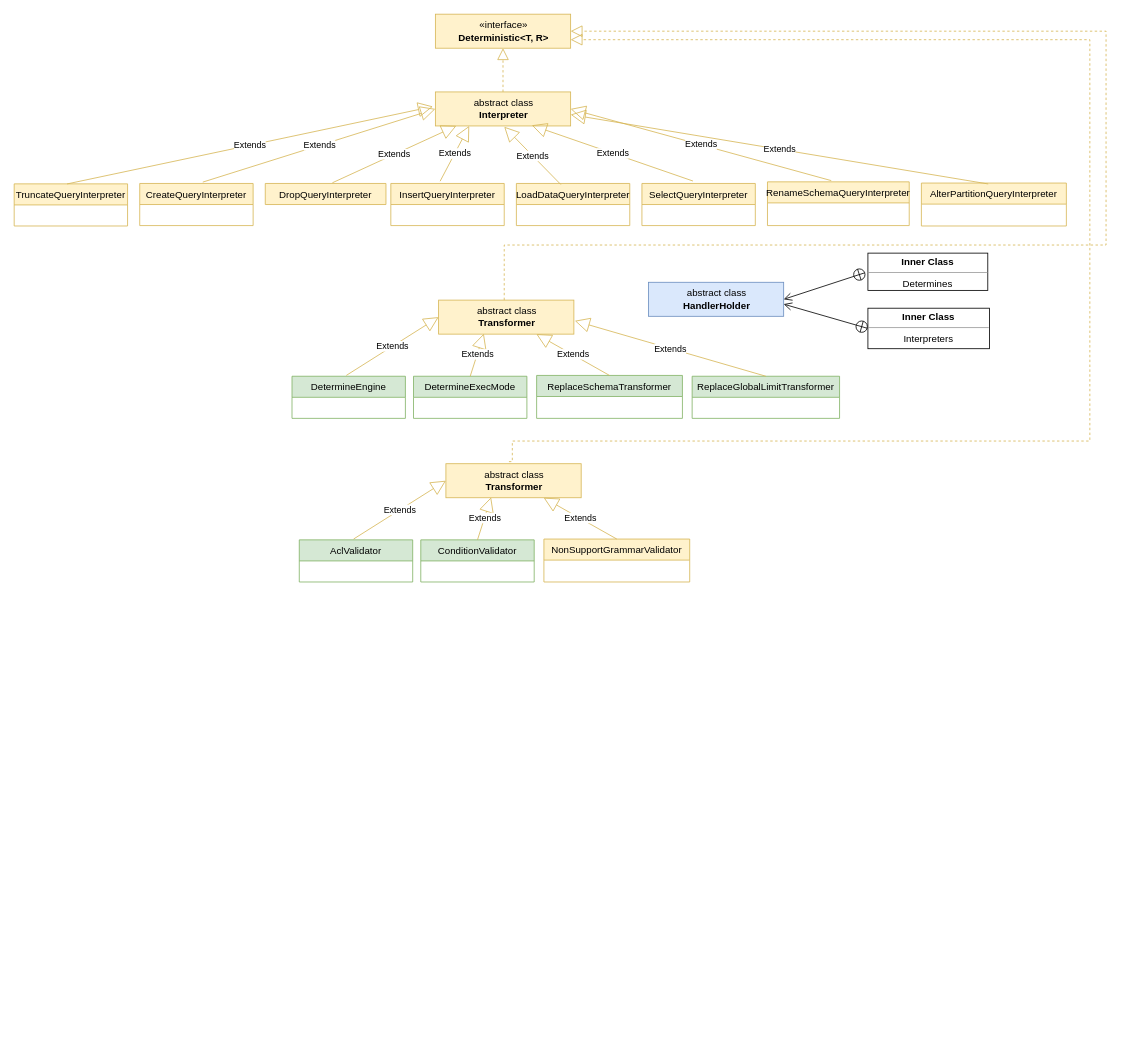
This is page "第 4 页" (4 of 4) of src/main/leetcode_manuscripts/draw_io/project_1.drawio from wat1r/geek-algorithm-leetcode, a draw.io file, before an edit. Source tidied: cells renumbered, new cells numbered last; positions are measured from the earlier drawing's top-left corner, leaving out a move shared by most shapes. Both pictures are drawn from the tidied source at 81%, with x=0, y=0 at pixel (14, 14).
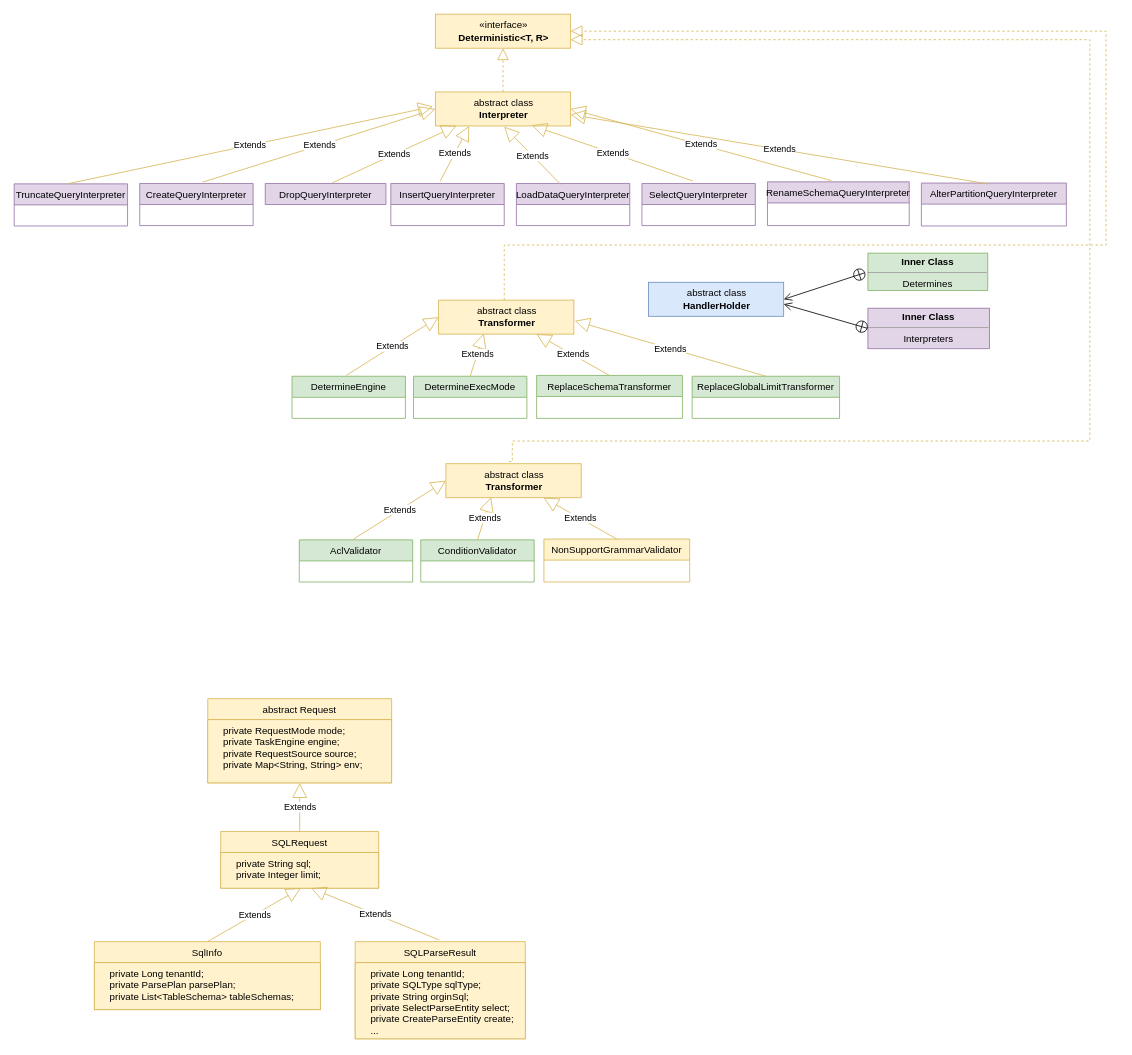
The same diagram, later.

Diff of the diagram source:
```diff
@@
-    <mxCell id="5" value="CreateQueryInterpreter" style="swimlane;fontStyle=0;horizontal=1;startSize=26;fillColor=#fff2cc;strokeColor=#d6b656;" parent="1" vertex="1">
+    <mxCell id="5" value="CreateQueryInterpreter" style="swimlane;fontStyle=0;horizontal=1;startSize=26;fillColor=#e1d5e7;strokeColor=#9673a6;" parent="1" vertex="1">
       <mxGeometry x="155" y="209" width="140" height="52" as="geometry" />
     </mxCell>
@@
-    <mxCell id="7" value="DropQueryInterpreter" style="swimlane;fontStyle=0;horizontal=1;startSize=26;fillColor=#fff2cc;strokeColor=#d6b656;" parent="1" vertex="1" collapsed="1">
+    <mxCell id="7" value="DropQueryInterpreter" style="swimlane;fontStyle=0;horizontal=1;startSize=26;fillColor=#e1d5e7;strokeColor=#9673a6;" parent="1" vertex="1" collapsed="1">
       <mxGeometry x="310" y="209" width="149" height="26" as="geometry" />
     </mxCell>
@@
-    <mxCell id="9" value="InsertQueryInterpreter" style="swimlane;fontStyle=0;horizontal=1;startSize=26;fillColor=#fff2cc;strokeColor=#d6b656;" parent="1" vertex="1">
+    <mxCell id="9" value="InsertQueryInterpreter" style="swimlane;fontStyle=0;horizontal=1;startSize=26;fillColor=#e1d5e7;strokeColor=#9673a6;" parent="1" vertex="1">
       <mxGeometry x="465" y="209" width="140" height="52" as="geometry" />
     </mxCell>
-    <mxCell id="10" value="LoadDataQueryInterpreter" style="swimlane;fontStyle=0;horizontal=1;startSize=26;fillColor=#fff2cc;strokeColor=#d6b656;" parent="1" vertex="1">
+    <mxCell id="10" value="LoadDataQueryInterpreter" style="swimlane;fontStyle=0;horizontal=1;startSize=26;fillColor=#e1d5e7;strokeColor=#9673a6;" parent="1" vertex="1">
       <mxGeometry x="620" y="209" width="140" height="52" as="geometry" />
     </mxCell>
-    <mxCell id="11" value="SelectQueryInterpreter" style="swimlane;fontStyle=0;horizontal=1;startSize=26;fillColor=#fff2cc;strokeColor=#d6b656;" parent="1" vertex="1">
+    <mxCell id="11" value="SelectQueryInterpreter" style="swimlane;fontStyle=0;horizontal=1;startSize=26;fillColor=#e1d5e7;strokeColor=#9673a6;" parent="1" vertex="1">
       <mxGeometry x="775" y="209" width="140" height="52" as="geometry" />
     </mxCell>
-    <mxCell id="12" value="RenameSchemaQueryInterpreter" style="swimlane;fontStyle=0;horizontal=1;startSize=26;fillColor=#fff2cc;strokeColor=#d6b656;" parent="1" vertex="1">
+    <mxCell id="12" value="RenameSchemaQueryInterpreter" style="swimlane;fontStyle=0;horizontal=1;startSize=26;fillColor=#e1d5e7;strokeColor=#9673a6;" parent="1" vertex="1">
       <mxGeometry x="930" y="207" width="175" height="54" as="geometry" />
     </mxCell>
-    <mxCell id="13" value="AlterPartitionQueryInterpreter" style="swimlane;fontStyle=0;horizontal=1;startSize=26;fillColor=#fff2cc;strokeColor=#d6b656;" parent="1" vertex="1">
+    <mxCell id="13" value="AlterPartitionQueryInterpreter" style="swimlane;fontStyle=0;horizontal=1;startSize=26;fillColor=#e1d5e7;strokeColor=#9673a6;" parent="1" vertex="1">
       <mxGeometry x="1120" y="208.5" width="179" height="53" as="geometry" />
     </mxCell>
-    <mxCell id="14" value="TruncateQueryInterpreter" style="swimlane;fontStyle=0;horizontal=1;startSize=26;fillColor=#fff2cc;strokeColor=#d6b656;" parent="1" vertex="1">
+    <mxCell id="14" value="TruncateQueryInterpreter" style="swimlane;fontStyle=0;horizontal=1;startSize=26;fillColor=#e1d5e7;strokeColor=#9673a6;" parent="1" vertex="1">
       <mxGeometry y="209.5" width="140" height="52" as="geometry" />
     </mxCell>
@@
-    <mxCell id="41" value="&lt;p style=&quot;margin: 4px 0px 0px;&quot;&gt;&lt;b&gt;Inner Class&lt;/b&gt;&lt;/p&gt;&lt;hr size=&quot;1&quot;&gt;&lt;div style=&quot;height:2px;&quot;&gt;Determines&lt;/div&gt;" style="verticalAlign=top;align=center;overflow=fill;fontSize=12;fontFamily=Helvetica;html=1;" parent="1" vertex="1">
+    <mxCell id="41" value="&lt;p style=&quot;margin: 4px 0px 0px;&quot;&gt;&lt;b&gt;Inner Class&lt;/b&gt;&lt;/p&gt;&lt;hr size=&quot;1&quot;&gt;&lt;div style=&quot;height:2px;&quot;&gt;Determines&lt;/div&gt;" style="verticalAlign=top;align=center;overflow=fill;fontSize=12;fontFamily=Helvetica;html=1;fillColor=#d5e8d4;strokeColor=#82b366;" parent="1" vertex="1">
       <mxGeometry x="1054" y="295" width="148" height="46" as="geometry" />
     </mxCell>
-    <mxCell id="42" value="&lt;p style=&quot;margin: 4px 0px 0px;&quot;&gt;&lt;b&gt;Inner Class&lt;/b&gt;&lt;/p&gt;&lt;hr size=&quot;1&quot;&gt;&lt;div style=&quot;height:2px;&quot;&gt;Interpreters&lt;/div&gt;" style="verticalAlign=top;align=center;overflow=fill;fontSize=12;fontFamily=Helvetica;html=1;" parent="1" vertex="1">
+    <mxCell id="42" value="&lt;p style=&quot;margin: 4px 0px 0px;&quot;&gt;&lt;b&gt;Inner Class&lt;/b&gt;&lt;/p&gt;&lt;hr size=&quot;1&quot;&gt;&lt;div style=&quot;height:2px;&quot;&gt;Interpreters&lt;/div&gt;" style="verticalAlign=top;align=center;overflow=fill;fontSize=12;fontFamily=Helvetica;html=1;fillColor=#e1d5e7;strokeColor=#9673a6;" parent="1" vertex="1">
       <mxGeometry x="1054" y="363" width="150" height="50" as="geometry" />
     </mxCell>
@@
+    <mxCell id="44" value="abstract Request" style="swimlane;fontStyle=0;horizontal=1;startSize=26;fillColor=#fff2cc;strokeColor=#d6b656;" parent="1" vertex="1">
+      <mxGeometry x="239" y="845" width="227" height="104" as="geometry" />
+    </mxCell>
+    <mxCell id="45" value="    private RequestMode mode;  &#10;    private TaskEngine engine;&#10;    private RequestSource source;&#10;    private Map&lt;String, String&gt; env;" style="text;strokeColor=#d6b656;fillColor=#fff2cc;align=left;verticalAlign=top;spacingLeft=4;spacingRight=4;overflow=hidden;points=[[0,0.5],[1,0.5]];portConstraint=eastwest;" parent="44" vertex="1">
+      <mxGeometry y="26" width="227" height="78" as="geometry" />
+    </mxCell>
+    <mxCell id="46" value="SQLRequest" style="swimlane;fontStyle=0;horizontal=1;startSize=26;fillColor=#fff2cc;strokeColor=#d6b656;" parent="1" vertex="1">
+      <mxGeometry x="255" y="1009" width="195" height="70" as="geometry" />
+    </mxCell>
+    <mxCell id="47" value="    private String sql;&#10;    private Integer limit;" style="text;strokeColor=#d6b656;fillColor=#fff2cc;align=left;verticalAlign=top;spacingLeft=4;spacingRight=4;overflow=hidden;" parent="46" vertex="1">
+      <mxGeometry y="26" width="195" height="44" as="geometry" />
+    </mxCell>
+    <mxCell id="48" value="Extends" style="endArrow=block;endSize=16;endFill=0;html=1;rounded=0;fillColor=#fff2cc;strokeColor=#d6b656;" parent="1" edge="1" source="46" target="45">
+      <mxGeometry relative="1" as="geometry" />
+    </mxCell>
+    <mxCell id="49" value="SqlInfo" style="swimlane;fontStyle=0;horizontal=1;startSize=26;fillColor=#fff2cc;strokeColor=#d6b656;" parent="1" vertex="1">
+      <mxGeometry x="99" y="1145" width="279" height="84" as="geometry" />
+    </mxCell>
+    <mxCell id="50" value="    private Long tenantId;&#10;    private ParsePlan parsePlan;&#10;    private List&lt;TableSchema&gt; tableSchemas;" style="text;strokeColor=#d6b656;fillColor=#fff2cc;align=left;verticalAlign=top;spacingLeft=4;spacingRight=4;overflow=hidden;" parent="49" vertex="1">
+      <mxGeometry y="26" width="279" height="58" as="geometry" />
+    </mxCell>
+    <mxCell id="51" value="Extends" style="endArrow=block;endSize=16;endFill=0;html=1;rounded=0;fillColor=#fff2cc;strokeColor=#d6b656;exitX=0.5;exitY=0;exitDx=0;exitDy=0;" parent="1" edge="1" source="49">
+      <mxGeometry relative="1" as="geometry">
+        <mxPoint x="354" y="1079" as="targetPoint" />
+      </mxGeometry>
+    </mxCell>
+    <mxCell id="52" value="SQLParseResult" style="swimlane;fontStyle=0;horizontal=1;startSize=26;fillColor=#fff2cc;strokeColor=#d6b656;" parent="1" vertex="1">
+      <mxGeometry x="421" y="1145" width="210" height="120" as="geometry" />
+    </mxCell>
+    <mxCell id="53" value="&#9;&#9;    private Long tenantId;&#10;    private SQLType sqlType;&#10;    private String orginSql;&#10;    private SelectParseEntity select;&#10;    private CreateParseEntity create;&#10;    ...&#10;" style="text;strokeColor=#d6b656;fillColor=#fff2cc;align=left;verticalAlign=top;spacingLeft=4;spacingRight=4;overflow=hidden;" parent="52" vertex="1">
+      <mxGeometry y="26" width="210" height="94" as="geometry" />
+    </mxCell>
+    <mxCell id="54" value="Extends" style="endArrow=block;endSize=16;endFill=0;html=1;rounded=0;fillColor=#fff2cc;strokeColor=#d6b656;" parent="1" edge="1">
+      <mxGeometry relative="1" as="geometry">
+        <mxPoint x="525" y="1143" as="sourcePoint" />
+        <mxPoint x="366.5" y="1079" as="targetPoint" />
+      </mxGeometry>
+    </mxCell>
```
